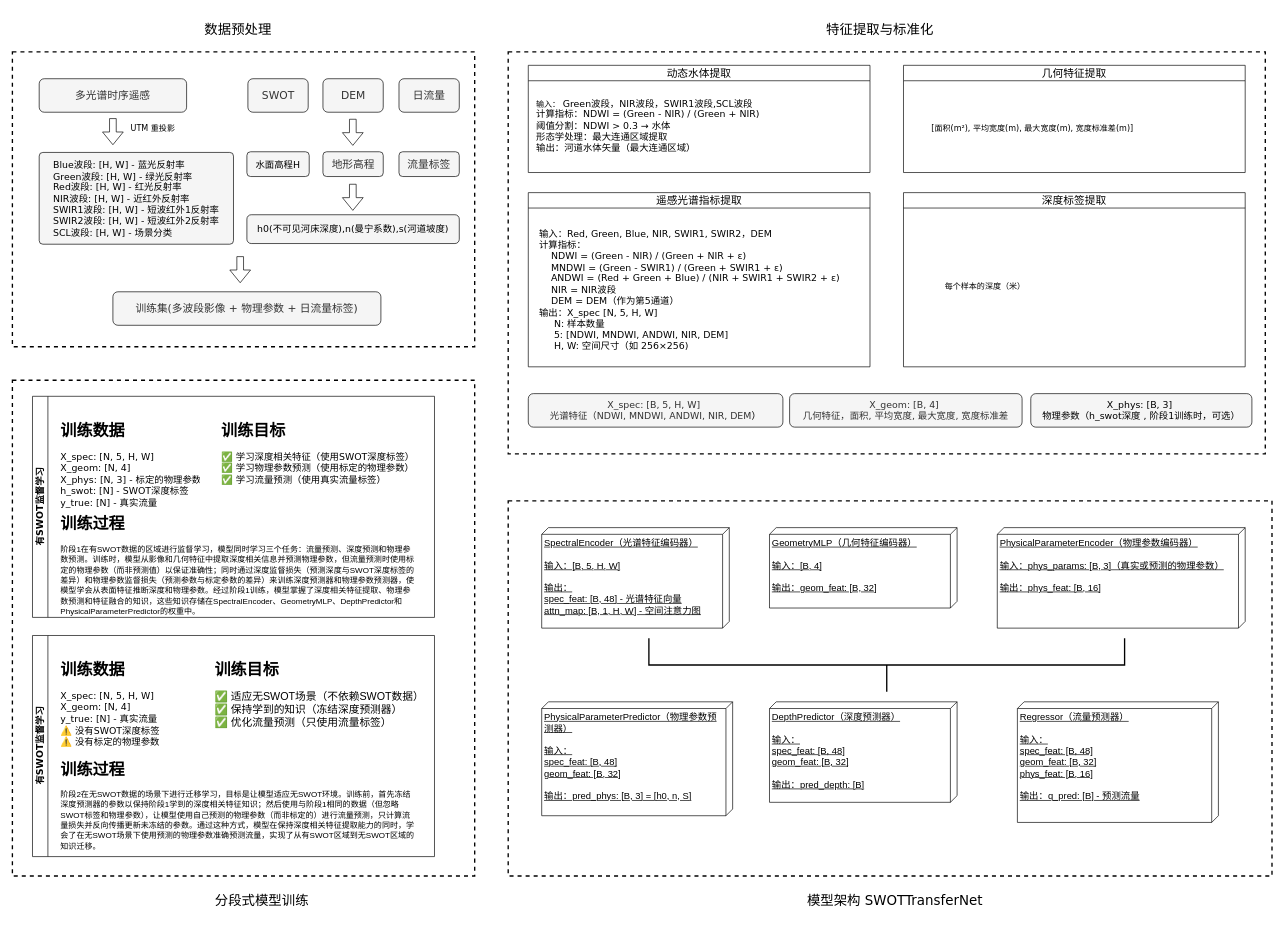
2194659459/drawImage keeps this draw.io diagram as 流量提取模型.drawio. Above is the earlier version. Source tidied: cells renumbered, new cells numbered last; positions are measured from the earlier drawing's top-left corner, leaving out a move shared by most shapes. Both pictures are drawn from the tidied source at 67%, with x=0, y=0 at pixel (12, 11).
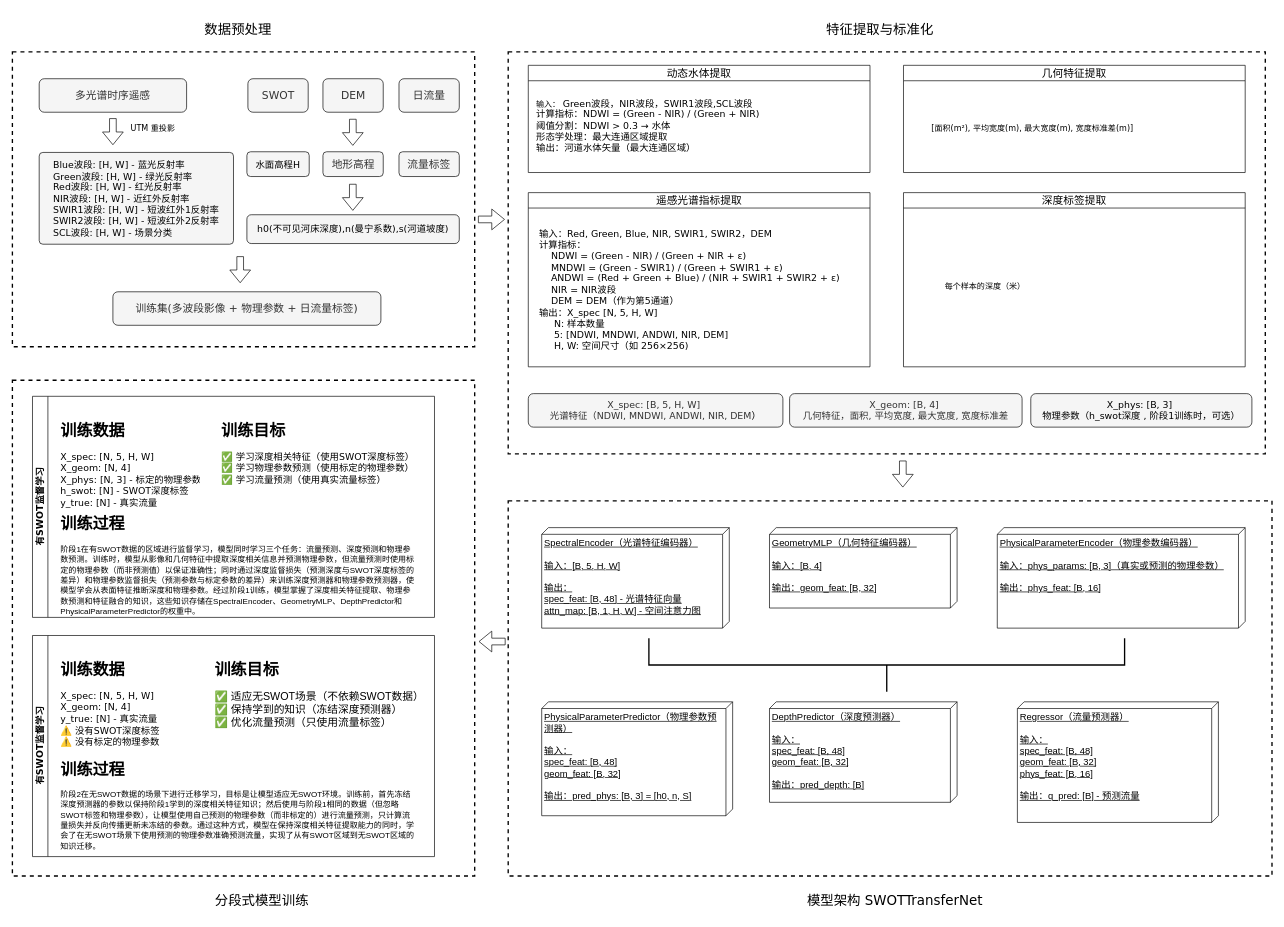
The same diagram, later.

Commit message:
更新流量提取模型.drawio

The edit, as a diff of the source:
```diff
@@
+    <mxCell id="51" style="shape=flexArrow;endArrow=classic;html=1;rounded=0;" parent="1" edge="1">
+      <mxGeometry relative="1" as="geometry">
+        <mxPoint x="695" y="310" as="sourcePoint" />
+        <mxPoint x="735" y="310" as="targetPoint" />
+      </mxGeometry>
+    </mxCell>
+    <mxCell id="52" style="shape=flexArrow;endArrow=classic;html=1;rounded=0;" parent="1" edge="1">
+      <mxGeometry relative="1" as="geometry">
+        <mxPoint x="1329" y="670" as="sourcePoint" />
+        <mxPoint x="1329" y="710" as="targetPoint" />
+      </mxGeometry>
+    </mxCell>
+    <mxCell id="53" style="shape=flexArrow;endArrow=classic;html=1;rounded=0;" parent="1" edge="1">
+      <mxGeometry relative="1" as="geometry">
+        <mxPoint x="736" y="940" as="sourcePoint" />
+        <mxPoint x="696" y="940" as="targetPoint" />
+      </mxGeometry>
+    </mxCell>
```
